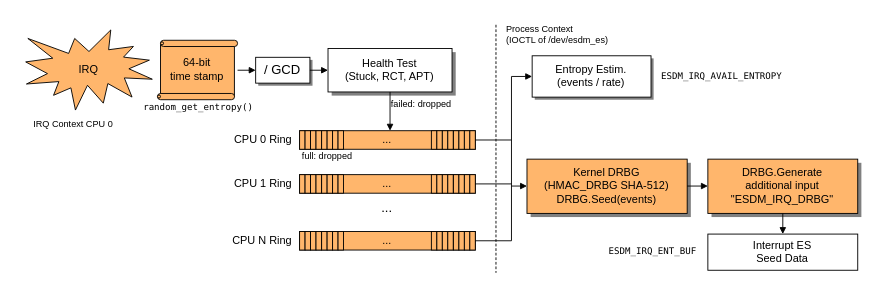
Above: doc/typst/figures/irq-processing.drawio in thillux/esdm (draw.io), before the change. Source tidied: cells renumbered, new cells numbered last; positions are measured from the earlier drawing's top-left corner, leaving out a move shared by most shapes. Both pictures are drawn from the tidied source at 152%, with x=0, y=0 at pixel (24, 24).
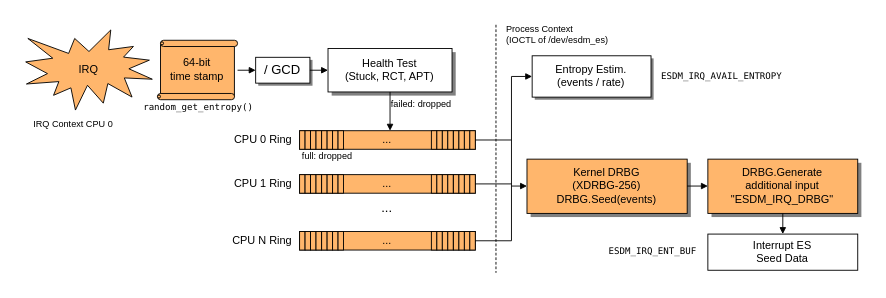
The same diagram, later.

Change to the diagram source:
```diff
@@
-    <mxCell id="88" value="Kernel DRBG&#10;(HMAC_DRBG SHA-512)&#10;DRBG.Seed(events)" style="html=0;fontFamily=Liberation Sans;fontSize=7.2;fillColor=#FFB66C;strokeColor=#000000;strokeWidth=0.6;" parent="1" vertex="1">
+    <mxCell id="88" value="Kernel DRBG&#10;(XDRBG-256)&#10;DRBG.Seed(events)" style="html=0;fontFamily=Liberation Sans;fontSize=7.2;fillColor=#FFB66C;strokeColor=#000000;strokeWidth=0.6;" parent="1" vertex="1">
       <mxGeometry x="330.2" y="88.2" width="105.4" height="35.7" as="geometry" />
     </mxCell>
```
